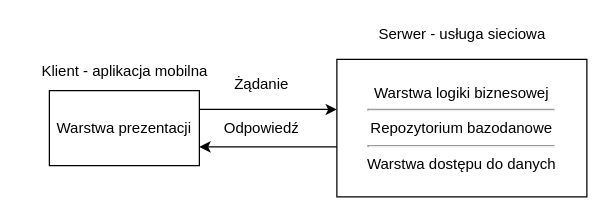
Above: Architektura.drawio in gdanielch9/Wykresy (draw.io), before the change. Source tidied: cells renumbered, new cells numbered last; positions are measured from the earlier drawing's top-left corner, leaving out a move shared by most shapes. Both pictures are drawn from the tidied source at 125%, with x=0, y=0 at pixel (31, 21).
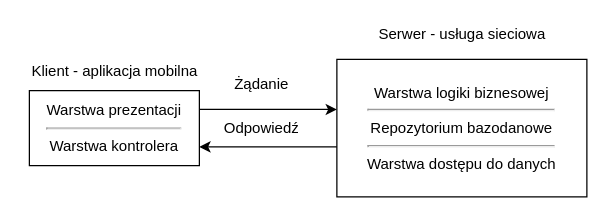
The same diagram, later.

Change to the diagram source:
```diff
@@
 <mxGraphModel>
   <root>
     <mxCell id="0" />
     <mxCell id="1" parent="0" />
-    <mxCell id="2" value="Warstwa prezentacji" style="rounded=0;whiteSpace=wrap;html=1;" parent="1" vertex="1">
-      <mxGeometry x="14" y="55" width="120" height="60" as="geometry" />
+    <mxCell id="2" value="Warstwa prezentacji&lt;hr&gt;Warstwa kontrolera" style="rounded=0;whiteSpace=wrap;html=1;" parent="1" vertex="1">
+      <mxGeometry x="-2" y="55" width="136" height="60" as="geometry" />
     </mxCell>
     <mxCell id="3" value="Warstwa logiki biznesowej&lt;hr&gt;Repozytorium bazodanowe&lt;hr&gt;Warstwa dostępu do danych" style="rounded=0;whiteSpace=wrap;html=1;" parent="1" vertex="1">
       <mxGeometry x="244" y="30" width="200" height="110" as="geometry" />
     </mxCell>
     <mxCell id="4" value="Klient - aplikacja mobilna" style="text;html=1;strokeColor=none;fillColor=none;align=center;verticalAlign=middle;whiteSpace=wrap;rounded=0;" parent="1" vertex="1">
-      <mxGeometry x="-0.5" y="30" width="149" height="20" as="geometry" />
+      <mxGeometry x="-8.5" y="30" width="149" height="20" as="geometry" />
     </mxCell>
     <mxCell id="5" value="Serwer - usługa sieciowa" style="text;html=1;strokeColor=none;fillColor=none;align=center;verticalAlign=middle;whiteSpace=wrap;rounded=0;" parent="1" vertex="1">
       <mxGeometry x="271.5" width="145" height="20" as="geometry" />
     </mxCell>
     <mxCell id="6" style="endArrow=classic;html=1;entryX=0;entryY=0.364;entryDx=0;entryDy=0;entryPerimeter=0;" parent="1" edge="1" target="3">
       <mxGeometry relative="1" as="geometry">
         <mxPoint x="134" y="70" as="sourcePoint" />
       </mxGeometry>
     </mxCell>
     <mxCell id="7" style="endArrow=classic;html=1;entryX=1;entryY=0.75;entryDx=0;entryDy=0;" parent="1" edge="1" target="2">
       <mxGeometry relative="1" as="geometry">
         <mxPoint x="244" y="100" as="sourcePoint" />
       </mxGeometry>
     </mxCell>
     <mxCell id="8" value="Żądanie" style="text;html=1;strokeColor=none;fillColor=none;align=center;verticalAlign=middle;whiteSpace=wrap;rounded=0;" parent="1" vertex="1">
       <mxGeometry x="164" y="40" width="40" height="20" as="geometry" />
     </mxCell>
     <mxCell id="9" value="Odpowiedź" style="text;html=1;strokeColor=none;fillColor=none;align=center;verticalAlign=middle;whiteSpace=wrap;rounded=0;" parent="1" vertex="1">
       <mxGeometry x="164" y="75" width="40" height="20" as="geometry" />
     </mxCell>
   </root>
 </mxGraphModel>
```
